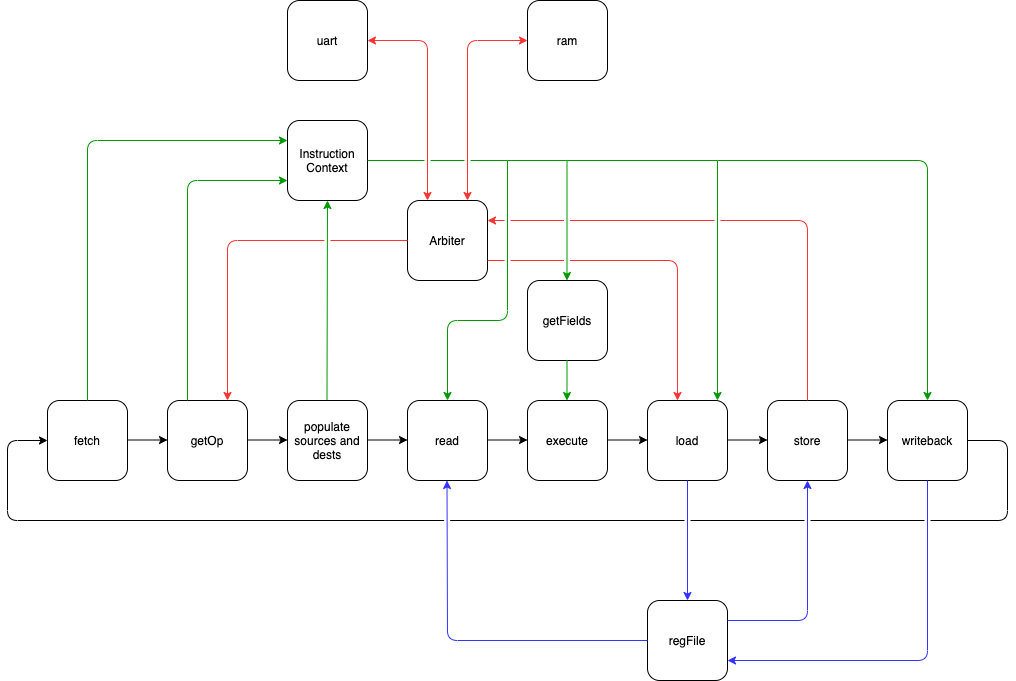
Earlier version of the draw.io export docs/architecture.png (ThePerfectComputer/nimulatorPPC). Source tidied: cells renumbered, new cells last; positions are measured from the earlier drawing's top-left corner, leaving out a move shared by most shapes.
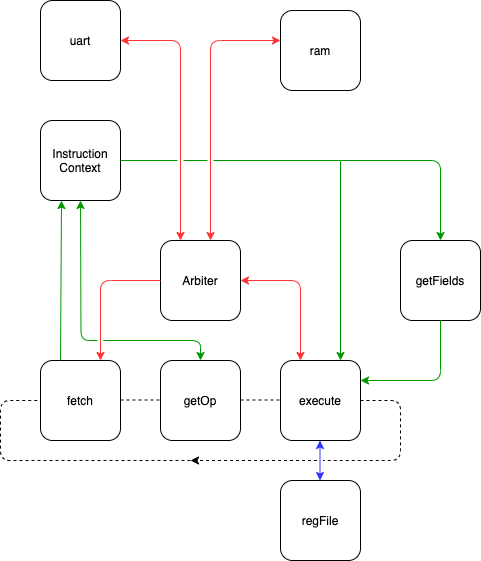
Later version of the same file.

Commit message:
notable changes to micro-architecture

What changed in the source:
```diff
@@ -3,239 +3,145 @@
     <mxCell id="0" />
     <mxCell id="1" parent="0" />
     <mxCell id="2" value="fetch" style="rounded=1;whiteSpace=wrap;html=1;" parent="1" vertex="1">
-      <mxGeometry x="40" y="400" width="80" height="80" as="geometry" />
+      <mxGeometry x="280" y="400" width="80" height="80" as="geometry" />
     </mxCell>
     <mxCell id="3" value="getOp" style="rounded=1;whiteSpace=wrap;html=1;" parent="1" vertex="1">
-      <mxGeometry x="160" y="400" width="80" height="80" as="geometry" />
+      <mxGeometry x="400" y="400" width="80" height="80" as="geometry" />
     </mxCell>
-    <mxCell id="4" value="read" style="rounded=1;whiteSpace=wrap;html=1;" parent="1" vertex="1">
-      <mxGeometry x="400" y="400" width="80" height="80" as="geometry" />
-    </mxCell>
     <mxCell id="5" value="execute" style="rounded=1;whiteSpace=wrap;html=1;" parent="1" vertex="1">
       <mxGeometry x="520" y="400" width="80" height="80" as="geometry" />
     </mxCell>
-    <mxCell id="6" value="load" style="rounded=1;whiteSpace=wrap;html=1;" parent="1" vertex="1">
-      <mxGeometry x="640" y="400" width="80" height="80" as="geometry" />
-    </mxCell>
-    <mxCell id="7" value="store" style="rounded=1;whiteSpace=wrap;html=1;" parent="1" vertex="1">
-      <mxGeometry x="760" y="400" width="80" height="80" as="geometry" />
-    </mxCell>
-    <mxCell id="8" value="writeback" style="rounded=1;whiteSpace=wrap;html=1;" parent="1" vertex="1">
-      <mxGeometry x="880" y="400" width="80" height="80" as="geometry" />
-    </mxCell>
     <mxCell id="9" value="getFields" style="rounded=1;whiteSpace=wrap;html=1;" parent="1" vertex="1">
-      <mxGeometry x="520" y="280" width="80" height="80" as="geometry" />
+      <mxGeometry x="640" y="280" width="80" height="80" as="geometry" />
     </mxCell>
     <mxCell id="10" value="regFile" style="rounded=1;whiteSpace=wrap;html=1;" parent="1" vertex="1">
-      <mxGeometry x="640" y="600" width="80" height="80" as="geometry" />
+      <mxGeometry x="520" y="520" width="80" height="80" as="geometry" />
     </mxCell>
-    <mxCell id="11" style="endArrow=classic;html=1;strokeColor=#3333FF;" parent="1" edge="1">
-      <mxGeometry relative="1" as="geometry">
-        <mxPoint x="640" y="640" as="sourcePoint" />
-        <mxPoint x="439.5" y="480" as="targetPoint" />
-        <Array as="points">
-          <mxPoint x="440" y="640" />
-        </Array>
-      </mxGeometry>
-    </mxCell>
-    <mxCell id="12" style="endArrow=classic;html=1;strokeColor=#3333FF;" parent="1" edge="1">
-      <mxGeometry relative="1" as="geometry">
-        <mxPoint x="720" y="620" as="sourcePoint" />
-        <mxPoint x="800" y="480" as="targetPoint" />
-        <Array as="points">
-          <mxPoint x="800" y="620" />
-        </Array>
-      </mxGeometry>
-    </mxCell>
-    <mxCell id="13" style="endArrow=classic;html=1;strokeColor=#3333FF;" parent="1" edge="1">
+    <mxCell id="13" style="endArrow=classic;html=1;strokeColor=#3333FF;startArrow=classic;startFill=1;" parent="1" edge="1">
       <mxGeometry relative="1" as="geometry">
-        <mxPoint x="680" y="480" as="sourcePoint" />
-        <mxPoint x="680" y="600" as="targetPoint" />
+        <mxPoint x="559.5" y="480" as="sourcePoint" />
+        <mxPoint x="559.5" y="520" as="targetPoint" />
       </mxGeometry>
     </mxCell>
-    <mxCell id="14" style="endArrow=classic;html=1;strokeColor=#009900;" parent="1" edge="1">
-      <mxGeometry relative="1" as="geometry">
-        <mxPoint x="559.5" y="360" as="sourcePoint" />
-        <mxPoint x="559.5" y="400" as="targetPoint" />
-      </mxGeometry>
-    </mxCell>
-    <mxCell id="15" style="endArrow=classic;html=1;" parent="1" edge="1">
+    <mxCell id="15" style="endArrow=none;html=1;dashed=1;endFill=0;" parent="1" edge="1">
       <mxGeometry relative="1" as="geometry">
-        <mxPoint x="120" y="439.5" as="sourcePoint" />
-        <mxPoint x="160" y="439.5" as="targetPoint" />
+        <mxPoint x="360" y="439.5" as="sourcePoint" />
+        <mxPoint x="400" y="439.5" as="targetPoint" />
       </mxGeometry>
     </mxCell>
-    <mxCell id="16" style="endArrow=classic;html=1;" parent="1" edge="1">
+    <mxCell id="16" style="endArrow=none;html=1;dashed=1;endFill=0;" parent="1" edge="1">
       <mxGeometry relative="1" as="geometry">
-        <mxPoint x="240" y="439.5" as="sourcePoint" />
-        <mxPoint x="280" y="439.5" as="targetPoint" />
+        <mxPoint x="480" y="439.5" as="sourcePoint" />
+        <mxPoint x="520" y="439.5" as="targetPoint" />
       </mxGeometry>
     </mxCell>
-    <mxCell id="17" style="endArrow=classic;html=1;" parent="1" edge="1">
-      <mxGeometry relative="1" as="geometry">
-        <mxPoint x="480" y="439.5" as="sourcePoint" />
-        <mxPoint x="520" y="439.5" as="targetPoint" />
-      </mxGeometry>
-    </mxCell>
-    <mxCell id="18" style="endArrow=classic;html=1;" parent="1" edge="1">
-      <mxGeometry relative="1" as="geometry">
-        <mxPoint x="600" y="439.5" as="sourcePoint" />
-        <mxPoint x="640" y="439.5" as="targetPoint" />
-      </mxGeometry>
-    </mxCell>
-    <mxCell id="19" style="endArrow=classic;html=1;" parent="1" edge="1">
-      <mxGeometry relative="1" as="geometry">
-        <mxPoint x="720" y="439.5" as="sourcePoint" />
-        <mxPoint x="760" y="439.5" as="targetPoint" />
-      </mxGeometry>
-    </mxCell>
-    <mxCell id="20" style="endArrow=classic;html=1;" parent="1" edge="1">
-      <mxGeometry relative="1" as="geometry">
-        <mxPoint x="840" y="439.5" as="sourcePoint" />
-        <mxPoint x="880" y="439.5" as="targetPoint" />
-      </mxGeometry>
-    </mxCell>
     <mxCell id="21" value="Arbiter" style="rounded=1;whiteSpace=wrap;html=1;" parent="1" vertex="1">
-      <mxGeometry x="400" y="200" width="80" height="80" as="geometry" />
+      <mxGeometry x="400" y="280" width="80" height="80" as="geometry" />
     </mxCell>
     <mxCell id="22" value="Instruction Context" style="rounded=1;whiteSpace=wrap;html=1;" parent="1" vertex="1">
-      <mxGeometry x="280" y="120" width="80" height="80" as="geometry" />
+      <mxGeometry x="280" y="160" width="80" height="80" as="geometry" />
     </mxCell>
-    <mxCell id="23" style="endArrow=classic;html=1;strokeColor=#009900;" parent="1" edge="1">
-      <mxGeometry relative="1" as="geometry">
-        <mxPoint x="319.5" y="400" as="sourcePoint" />
-        <mxPoint x="320" y="200" as="targetPoint" />
-      </mxGeometry>
-    </mxCell>
-    <mxCell id="24" style="endArrow=classic;html=1;strokeColor=#009900;" parent="1" edge="1">
-      <mxGeometry relative="1" as="geometry">
-        <mxPoint x="559.5" y="160" as="sourcePoint" />
-        <mxPoint x="559.5" y="280" as="targetPoint" />
-      </mxGeometry>
-    </mxCell>
     <mxCell id="25" style="endArrow=classic;html=1;jumpStyle=gap;strokeColor=#FF3333;" parent="1" edge="1">
       <mxGeometry relative="1" as="geometry">
-        <mxPoint x="400" y="240" as="sourcePoint" />
-        <mxPoint x="220" y="400" as="targetPoint" />
+        <mxPoint x="400" y="320" as="sourcePoint" />
+        <mxPoint x="340" y="400" as="targetPoint" />
         <Array as="points">
-          <mxPoint x="220" y="240" />
+          <mxPoint x="340" y="320" />
         </Array>
       </mxGeometry>
     </mxCell>
-    <mxCell id="26" style="endArrow=classic;html=1;strokeColor=#009900;" parent="1" edge="1">
-      <mxGeometry relative="1" as="geometry">
-        <mxPoint x="710" y="160" as="sourcePoint" />
-        <mxPoint x="710" y="400" as="targetPoint" />
-      </mxGeometry>
-    </mxCell>
-    <mxCell id="27" style="endArrow=classic;html=1;strokeColor=#3333FF;" parent="1" edge="1">
-      <mxGeometry relative="1" as="geometry">
-        <mxPoint x="920" y="480" as="sourcePoint" />
-        <mxPoint x="720" y="660" as="targetPoint" />
-        <Array as="points">
-          <mxPoint x="920" y="660" />
-        </Array>
-      </mxGeometry>
-    </mxCell>
-    <mxCell id="28" style="endArrow=classic;html=1;jumpStyle=gap;" parent="1" edge="1">
+    <mxCell id="28" style="endArrow=none;html=1;jumpStyle=gap;dashed=1;endFill=0;" parent="1" edge="1">
       <mxGeometry relative="1" as="geometry">
-        <mxPoint x="960" y="440" as="sourcePoint" />
-        <mxPoint x="40" y="440" as="targetPoint" />
+        <mxPoint x="430" y="500" as="sourcePoint" />
+        <mxPoint x="280" y="440" as="targetPoint" />
         <Array as="points">
-          <mxPoint x="1000" y="440" />
-          <mxPoint x="1000" y="520" />
-          <mxPoint y="520" />
-          <mxPoint y="440" />
+          <mxPoint x="240" y="500" />
+          <mxPoint x="240" y="440" />
         </Array>
       </mxGeometry>
     </mxCell>
     <mxCell id="29" value="uart" style="rounded=1;whiteSpace=wrap;html=1;" parent="1" vertex="1">
-      <mxGeometry x="280" width="80" height="80" as="geometry" />
+      <mxGeometry x="280" y="40" width="80" height="80" as="geometry" />
     </mxCell>
     <mxCell id="30" value="ram" style="rounded=1;whiteSpace=wrap;html=1;" parent="1" vertex="1">
-      <mxGeometry x="520" width="80" height="80" as="geometry" />
+      <mxGeometry x="520" y="50" width="80" height="80" as="geometry" />
     </mxCell>
     <mxCell id="31" style="endArrow=classic;startArrow=classic;html=1;strokeColor=#FF3333;" parent="1" edge="1">
       <mxGeometry relative="1" as="geometry">
-        <mxPoint x="360" y="40" as="sourcePoint" />
-        <mxPoint x="420" y="200" as="targetPoint" />
+        <mxPoint x="360" y="80" as="sourcePoint" />
+        <mxPoint x="420" y="280" as="targetPoint" />
         <Array as="points">
-          <mxPoint x="420" y="40" />
+          <mxPoint x="420" y="80" />
         </Array>
       </mxGeometry>
     </mxCell>
     <mxCell id="32" style="endArrow=classic;startArrow=classic;html=1;strokeColor=#FF3333;" parent="1" edge="1">
       <mxGeometry relative="1" as="geometry">
-        <mxPoint x="520" y="40" as="sourcePoint" />
-        <mxPoint x="460" y="200" as="targetPoint" />
+        <mxPoint x="520" y="80" as="sourcePoint" />
+        <mxPoint x="450" y="280" as="targetPoint" />
         <Array as="points">
-          <mxPoint x="460" y="40" />
+          <mxPoint x="450" y="80" />
         </Array>
       </mxGeometry>
     </mxCell>
-    <mxCell id="33" style="endArrow=classic;html=1;jumpStyle=gap;strokeColor=#009900;" parent="1" edge="1">
-      <mxGeometry relative="1" as="geometry">
-        <mxPoint x="360" y="160" as="sourcePoint" />
-        <mxPoint x="920" y="400" as="targetPoint" />
-        <Array as="points">
-          <mxPoint x="920" y="160" />
-        </Array>
-      </mxGeometry>
-    </mxCell>
-    <mxCell id="34" style="endArrow=classic;html=1;strokeColor=#009900;" parent="1" edge="1">
-      <mxGeometry relative="1" as="geometry">
-        <mxPoint x="500" y="160" as="sourcePoint" />
-        <mxPoint x="440" y="400" as="targetPoint" />
-        <Array as="points">
-          <mxPoint x="500" y="320" />
-          <mxPoint x="440" y="320" />
-        </Array>
-      </mxGeometry>
-    </mxCell>
-    <mxCell id="35" style="endArrow=classic;html=1;jumpStyle=gap;strokeColor=#FF3333;" parent="1" edge="1">
-      <mxGeometry relative="1" as="geometry">
-        <mxPoint x="800" y="400" as="sourcePoint" />
-        <mxPoint x="480" y="220" as="targetPoint" />
-        <Array as="points">
-          <mxPoint x="800" y="220" />
-        </Array>
-      </mxGeometry>
-    </mxCell>
-    <mxCell id="36" style="endArrow=classic;html=1;jumpStyle=gap;strokeColor=#FF3333;" parent="1" edge="1">
-      <mxGeometry relative="1" as="geometry">
-        <mxPoint x="480" y="260" as="sourcePoint" />
-        <mxPoint x="670" y="400" as="targetPoint" />
-        <Array as="points">
-          <mxPoint x="670" y="260" />
-        </Array>
-      </mxGeometry>
-    </mxCell>
-    <mxCell id="37" value="populate sources and dests" style="rounded=1;whiteSpace=wrap;html=1;" parent="1" vertex="1">
-      <mxGeometry x="280" y="400" width="80" height="80" as="geometry" />
-    </mxCell>
-    <mxCell id="38" style="endArrow=classic;html=1;" parent="1" edge="1">
-      <mxGeometry relative="1" as="geometry">
-        <mxPoint x="360" y="439.5" as="sourcePoint" />
-        <mxPoint x="400" y="439.5" as="targetPoint" />
-      </mxGeometry>
-    </mxCell>
-    <mxCell id="39" style="endArrow=classic;html=1;strokeColor=#009900;" parent="1" edge="1">
-      <mxGeometry relative="1" as="geometry">
-        <mxPoint x="180" y="400" as="sourcePoint" />
-        <mxPoint x="280" y="180" as="targetPoint" />
-        <Array as="points">
-          <mxPoint x="180" y="180" />
-        </Array>
-      </mxGeometry>
-    </mxCell>
-    <mxCell id="40" style="endArrow=classic;html=1;strokeColor=#009900;" parent="1" edge="1">
-      <mxGeometry relative="1" as="geometry">
-        <mxPoint x="80" y="400" as="sourcePoint" />
-        <mxPoint x="280" y="140" as="targetPoint" />
-        <Array as="points">
-          <mxPoint x="80" y="140" />
-        </Array>
-      </mxGeometry>
-    </mxCell>
+    <mxCell id="41" style="endArrow=classic;html=1;jumpStyle=gap;strokeColor=#FF3333;startArrow=classic;startFill=1;" parent="1" edge="1">
+      <mxGeometry relative="1" as="geometry">
+        <mxPoint x="540" y="400" as="sourcePoint" />
+        <mxPoint x="480" y="320" as="targetPoint" />
+        <Array as="points">
+          <mxPoint x="540" y="320" />
+        </Array>
+      </mxGeometry>
+    </mxCell>
+    <mxCell id="24" style="endArrow=classic;html=1;strokeColor=#009900;jumpStyle=gap;" parent="1" edge="1">
+      <mxGeometry relative="1" as="geometry">
+        <mxPoint x="360" y="200" as="sourcePoint" />
+        <mxPoint x="680" y="280" as="targetPoint" />
+        <Array as="points">
+          <mxPoint x="680" y="200" />
+        </Array>
+      </mxGeometry>
+    </mxCell>
+    <mxCell id="23" style="endArrow=classic;html=1;strokeColor=#009900;" parent="1" edge="1">
+      <mxGeometry relative="1" as="geometry">
+        <mxPoint x="300" y="400" as="sourcePoint" />
+        <mxPoint x="301" y="240" as="targetPoint" />
+      </mxGeometry>
+    </mxCell>
+    <mxCell id="42" style="endArrow=classic;html=1;strokeColor=#009900;startArrow=classic;startFill=1;jumpStyle=gap;" parent="1" edge="1">
+      <mxGeometry relative="1" as="geometry">
+        <mxPoint x="440" y="400" as="sourcePoint" />
+        <mxPoint x="320" y="240" as="targetPoint" />
+        <Array as="points">
+          <mxPoint x="440" y="380" />
+          <mxPoint x="320.5" y="380" />
+        </Array>
+      </mxGeometry>
+    </mxCell>
+    <mxCell id="43" style="endArrow=classic;html=1;strokeColor=#009900;jumpStyle=gap;" parent="1" edge="1">
+      <mxGeometry relative="1" as="geometry">
+        <mxPoint x="680" y="360" as="sourcePoint" />
+        <mxPoint x="600" y="420" as="targetPoint" />
+        <Array as="points">
+          <mxPoint x="680" y="420" />
+        </Array>
+      </mxGeometry>
+    </mxCell>
+    <mxCell id="44" style="endArrow=classic;html=1;strokeColor=#009900;jumpStyle=gap;" parent="1" edge="1">
+      <mxGeometry relative="1" as="geometry">
+        <mxPoint x="580" y="200" as="sourcePoint" />
+        <mxPoint x="580" y="400" as="targetPoint" />
+      </mxGeometry>
+    </mxCell>
+    <mxCell id="45" style="endArrow=classic;html=1;jumpStyle=gap;dashed=1;endFill=1;" parent="1" edge="1">
+      <mxGeometry relative="1" as="geometry">
+        <mxPoint x="600" y="440" as="sourcePoint" />
+        <mxPoint x="430" y="500" as="targetPoint" />
+        <Array as="points">
+          <mxPoint x="640" y="440" />
+          <mxPoint x="640" y="500" />
+        </Array>
+      </mxGeometry>
+    </mxCell>
   </root>
 </mxGraphModel>
```
